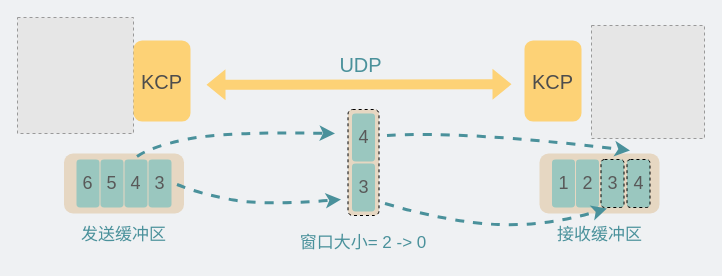
Earlier version of the draw.io diagram network/kcp延迟发送.drawio (xiaobaiTech/image). Source tidied: cells renumbered, new cells numbered last; positions are measured from the earlier drawing's top-left corner, leaving out a move shared by most shapes. Both pictures are drawn from the tidied source at 100%, with x=0, y=0 at pixel (17, 17). Pictures stored in the file or linked from it are replaced by grey dashed boxes.
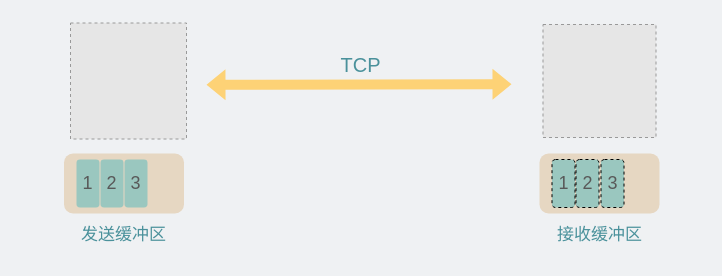
The same diagram, later.

Commit message:
更新kcp延迟发送.drawio

Change to the diagram source:
```diff
@@
-    <mxCell id="3" value="&lt;font style=&quot;font-size: 20px;&quot; color=&quot;#4a919b&quot;&gt;UDP&lt;/font&gt;" style="text;html=1;strokeColor=none;fillColor=none;align=center;verticalAlign=middle;whiteSpace=wrap;rounded=0;" parent="1" vertex="1">
+    <mxCell id="3" value="&lt;font style=&quot;font-size: 20px;&quot; color=&quot;#4a919b&quot;&gt;TCP&lt;/font&gt;" style="text;html=1;strokeColor=none;fillColor=none;align=center;verticalAlign=middle;whiteSpace=wrap;rounded=0;" parent="1" vertex="1">
       <mxGeometry x="285.2" y="32" width="116.5" height="30" as="geometry" />
     </mxCell>
-    <mxCell id="4" style="rounded=1;whiteSpace=wrap;html=1;fontColor=#4A919B;fillColor=#E6D7C2;strokeColor=default;dashed=1;" parent="1" vertex="1">
-      <mxGeometry x="330.5" y="92" width="31" height="106" as="geometry" />
-    </mxCell>
@@
-    <mxCell id="6" value="&lt;font style=&quot;font-size: 18px;&quot; color=&quot;#595959&quot;&gt;6&lt;/font&gt;" style="rounded=1;whiteSpace=wrap;html=1;fontColor=#4A919B;fillColor=#9AC7BF;strokeColor=none;" parent="1" vertex="1">
+    <mxCell id="6" value="&lt;font style=&quot;font-size: 18px;&quot; color=&quot;#595959&quot;&gt;1&lt;/font&gt;" style="rounded=1;whiteSpace=wrap;html=1;fontColor=#4A919B;fillColor=#9AC7BF;strokeColor=none;" parent="1" vertex="1">
       <mxGeometry x="59" y="142" width="23" height="48" as="geometry" />
     </mxCell>
-    <mxCell id="7" value="&lt;font style=&quot;font-size: 18px;&quot; color=&quot;#595959&quot;&gt;5&lt;/font&gt;" style="rounded=1;whiteSpace=wrap;html=1;fontColor=#4A919B;fillColor=#9AC7BF;strokeColor=none;" parent="1" vertex="1">
+    <mxCell id="7" value="&lt;font style=&quot;font-size: 18px;&quot; color=&quot;#595959&quot;&gt;2&lt;/font&gt;" style="rounded=1;whiteSpace=wrap;html=1;fontColor=#4A919B;fillColor=#9AC7BF;strokeColor=none;" parent="1" vertex="1">
       <mxGeometry x="83" y="142" width="23" height="48" as="geometry" />
     </mxCell>
-    <mxCell id="8" value="&lt;font style=&quot;font-size: 18px;&quot; color=&quot;#595959&quot;&gt;4&lt;/font&gt;" style="rounded=1;whiteSpace=wrap;html=1;fontColor=#4A919B;fillColor=#9AC7BF;strokeColor=none;" parent="1" vertex="1">
+    <mxCell id="8" value="&lt;font style=&quot;font-size: 18px;&quot; color=&quot;#595959&quot;&gt;3&lt;/font&gt;" style="rounded=1;whiteSpace=wrap;html=1;fontColor=#4A919B;fillColor=#9AC7BF;strokeColor=none;" parent="1" vertex="1">
       <mxGeometry x="107" y="142" width="23" height="48" as="geometry" />
     </mxCell>
-    <mxCell id="9" value="&lt;font style=&quot;font-size: 18px;&quot; color=&quot;#595959&quot;&gt;3&lt;/font&gt;" style="rounded=1;whiteSpace=wrap;html=1;fontColor=#4A919B;fillColor=#9AC7BF;strokeColor=none;" parent="1" vertex="1">
-      <mxGeometry x="131" y="142" width="23" height="48" as="geometry" />
-    </mxCell>
@@
-    <mxCell id="11" value="&lt;font style=&quot;font-size: 18px;&quot; color=&quot;#595959&quot;&gt;1&lt;/font&gt;" style="rounded=1;whiteSpace=wrap;html=1;fontColor=#4A919B;fillColor=#9AC7BF;strokeColor=none;" parent="1" vertex="1">
+    <mxCell id="11" value="&lt;font style=&quot;font-size: 18px;&quot; color=&quot;#595959&quot;&gt;1&lt;/font&gt;" style="rounded=1;whiteSpace=wrap;html=1;fontColor=#4A919B;fillColor=#9AC7BF;strokeColor=default;dashed=1;" parent="1" vertex="1">
       <mxGeometry x="534.5" y="142" width="23" height="48" as="geometry" />
     </mxCell>
-    <mxCell id="12" value="&lt;font style=&quot;font-size: 18px;&quot; color=&quot;#595959&quot;&gt;2&lt;/font&gt;" style="rounded=1;whiteSpace=wrap;html=1;fontColor=#4A919B;fillColor=#9AC7BF;strokeColor=none;" parent="1" vertex="1">
+    <mxCell id="12" value="&lt;font style=&quot;font-size: 18px;&quot; color=&quot;#595959&quot;&gt;2&lt;/font&gt;" style="rounded=1;whiteSpace=wrap;html=1;fontColor=#4A919B;fillColor=#9AC7BF;strokeColor=default;dashed=1;" parent="1" vertex="1">
       <mxGeometry x="558.5" y="142" width="23" height="48" as="geometry" />
     </mxCell>
@@
-    <mxCell id="15" value="&lt;font color=&quot;#4a919b&quot; style=&quot;font-size: 17px;&quot;&gt;窗口大小= 2 -&amp;gt; 0&lt;/font&gt;" style="text;html=1;strokeColor=none;fillColor=none;align=center;verticalAlign=middle;whiteSpace=wrap;rounded=0;" parent="1" vertex="1">
-      <mxGeometry x="268.1" y="211" width="155.8" height="30" as="geometry" />
-    </mxCell>
-    <mxCell id="16" value="&lt;font style=&quot;font-size: 18px;&quot; color=&quot;#595959&quot;&gt;3&lt;/font&gt;" style="rounded=1;whiteSpace=wrap;html=1;fontColor=#4A919B;fillColor=#9AC7BF;strokeColor=none;" parent="1" vertex="1">
-      <mxGeometry x="334.5" y="146" width="23" height="48" as="geometry" />
-    </mxCell>
-    <mxCell id="17" value="&lt;font style=&quot;font-size: 18px;&quot; color=&quot;#595959&quot;&gt;4&lt;/font&gt;" style="rounded=1;whiteSpace=wrap;html=1;fontColor=#4A919B;fillColor=#9AC7BF;strokeColor=none;" parent="1" vertex="1">
-      <mxGeometry x="334.5" y="96" width="23" height="48" as="geometry" />
-    </mxCell>
@@
-    <mxCell id="19" value="&lt;font style=&quot;font-size: 18px;&quot; color=&quot;#595959&quot;&gt;4&lt;/font&gt;" style="rounded=1;whiteSpace=wrap;html=1;fontColor=#4A919B;fillColor=#9AC7BF;strokeColor=default;dashed=1;" parent="1" vertex="1">
-      <mxGeometry x="609.5" y="142" width="23" height="48" as="geometry" />
-    </mxCell>
-    <mxCell id="20" style="curved=1;endArrow=classic;html=1;rounded=0;fontColor=#000000;fillColor=#FDD276;dashed=1;strokeWidth=3;strokeColor=#4A919B;" parent="1" edge="1">
-      <mxGeometry relative="1" as="geometry">
-        <mxPoint x="119.5" y="139" as="sourcePoint" />
-        <mxPoint x="317.5" y="116" as="targetPoint" />
-        <Array as="points">
-          <mxPoint x="133.5" y="129" />
-          <mxPoint x="207.5" y="114" />
-        </Array>
-      </mxGeometry>
-    </mxCell>
-    <mxCell id="21" style="curved=1;endArrow=classic;html=1;rounded=0;fontColor=#000000;fillColor=#FDD276;dashed=1;strokeWidth=3;strokeColor=#4A919B;" parent="1" edge="1">
-      <mxGeometry relative="1" as="geometry">
-        <mxPoint x="159.5" y="167" as="sourcePoint" />
-        <mxPoint x="323.5" y="182" as="targetPoint" />
-        <Array as="points">
-          <mxPoint x="184.5" y="177" />
-          <mxPoint x="247.5" y="188" />
-        </Array>
-      </mxGeometry>
-    </mxCell>
-    <mxCell id="22" style="curved=1;endArrow=classic;html=1;rounded=0;fontColor=#000000;fillColor=#FDD276;dashed=1;strokeWidth=3;strokeColor=#4A919B;" parent="1" edge="1">
-      <mxGeometry relative="1" as="geometry">
-        <mxPoint x="369.5" y="118" as="sourcePoint" />
-        <mxPoint x="612.5" y="133" as="targetPoint" />
-        <Array as="points">
-          <mxPoint x="444.5" y="113" />
-        </Array>
-      </mxGeometry>
-    </mxCell>
-    <mxCell id="23" style="curved=1;endArrow=classic;html=1;rounded=0;fontColor=#000000;fillColor=#FDD276;dashed=1;strokeWidth=3;strokeColor=#4A919B;" parent="1" edge="1">
-      <mxGeometry relative="1" as="geometry">
-        <mxPoint x="367.5" y="186" as="sourcePoint" />
-        <mxPoint x="589.5" y="191" as="targetPoint" />
-        <Array as="points">
-          <mxPoint x="432.5" y="205" />
-          <mxPoint x="528.5" y="209" />
-        </Array>
-      </mxGeometry>
-    </mxCell>
     <mxCell id="24" style="fillColor=#E6E6E6;strokeColor=#999999;dashed=1;verticalLabelPosition=bottom;verticalAlign=top;" parent="1" vertex="1">
-      <mxGeometry width="116" height="116" as="geometry" />
+      <mxGeometry x="53" y="5.5" width="116" height="116" as="geometry" />
     </mxCell>
     <mxCell id="25" style="fillColor=#E6E6E6;strokeColor=#999999;dashed=1;verticalLabelPosition=bottom;verticalAlign=top;" parent="1" vertex="1">
-      <mxGeometry x="574" y="8" width="113" height="113" as="geometry" />
+      <mxGeometry x="525.5" y="7" width="113" height="113" as="geometry" />
     </mxCell>
-    <mxCell id="26" value="&lt;font color=&quot;#4d4d4d&quot; style=&quot;font-size: 20px;&quot;&gt;KCP&lt;/font&gt;" style="text;html=1;strokeColor=none;fillColor=#FDD276;align=center;verticalAlign=middle;whiteSpace=wrap;rounded=1;" parent="1" vertex="1">
-      <mxGeometry x="116" y="23" width="57" height="81" as="geometry" />
-    </mxCell>
-    <mxCell id="27" value="&lt;font color=&quot;#4d4d4d&quot; style=&quot;font-size: 20px;&quot;&gt;KCP&lt;/font&gt;" style="text;html=1;strokeColor=none;fillColor=#FDD276;align=center;verticalAlign=middle;whiteSpace=wrap;rounded=1;" parent="1" vertex="1">
-      <mxGeometry x="507" y="23" width="57" height="81" as="geometry" />
-    </mxCell>
```
